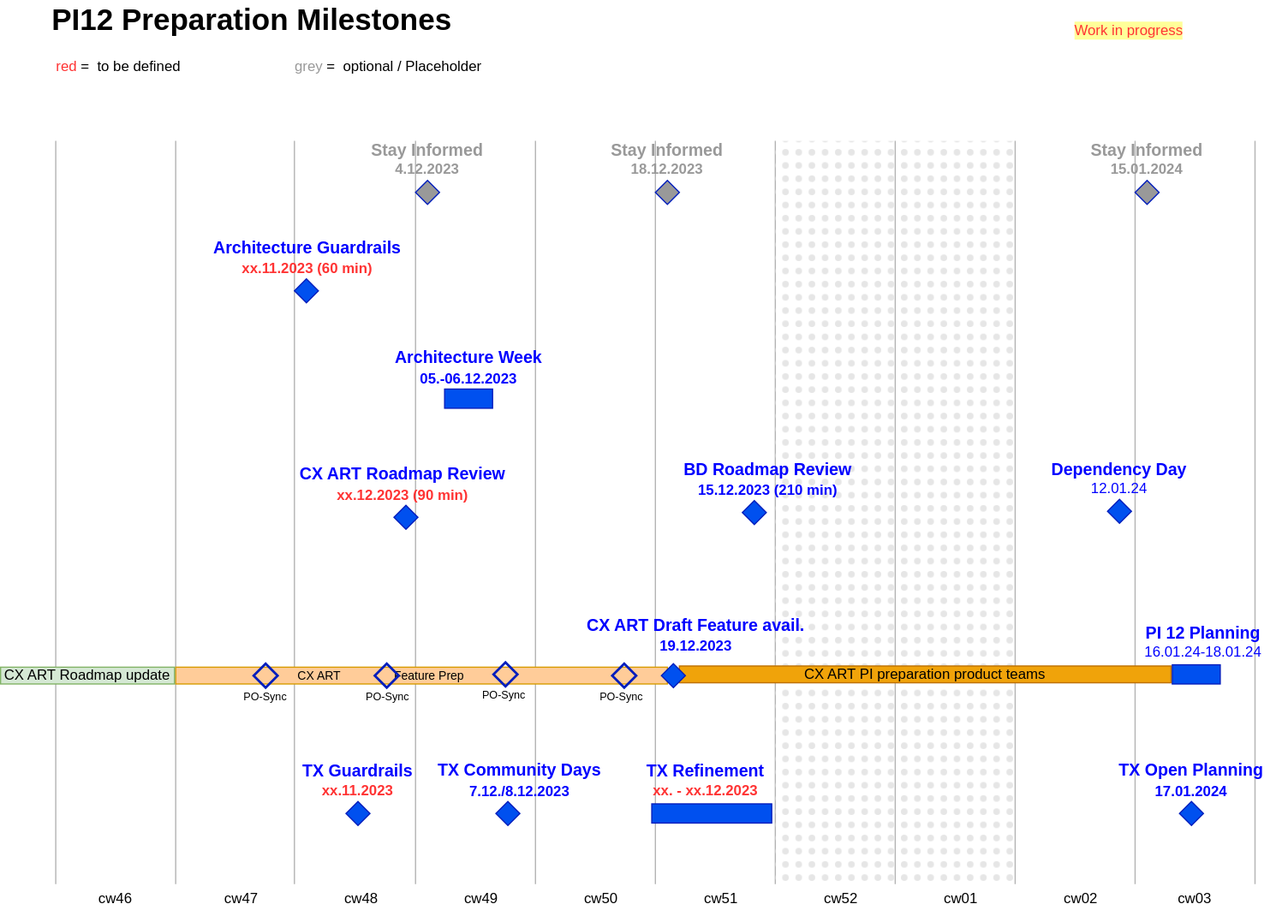
The draw.io diagram PI12-Preparation-Timeline.drawio.svg in mabige/scratchpad, before a commit. Source tidied: cells renumbered, new cells last; positions are measured from the earlier drawing's top-left corner, leaving out a move shared by most shapes.
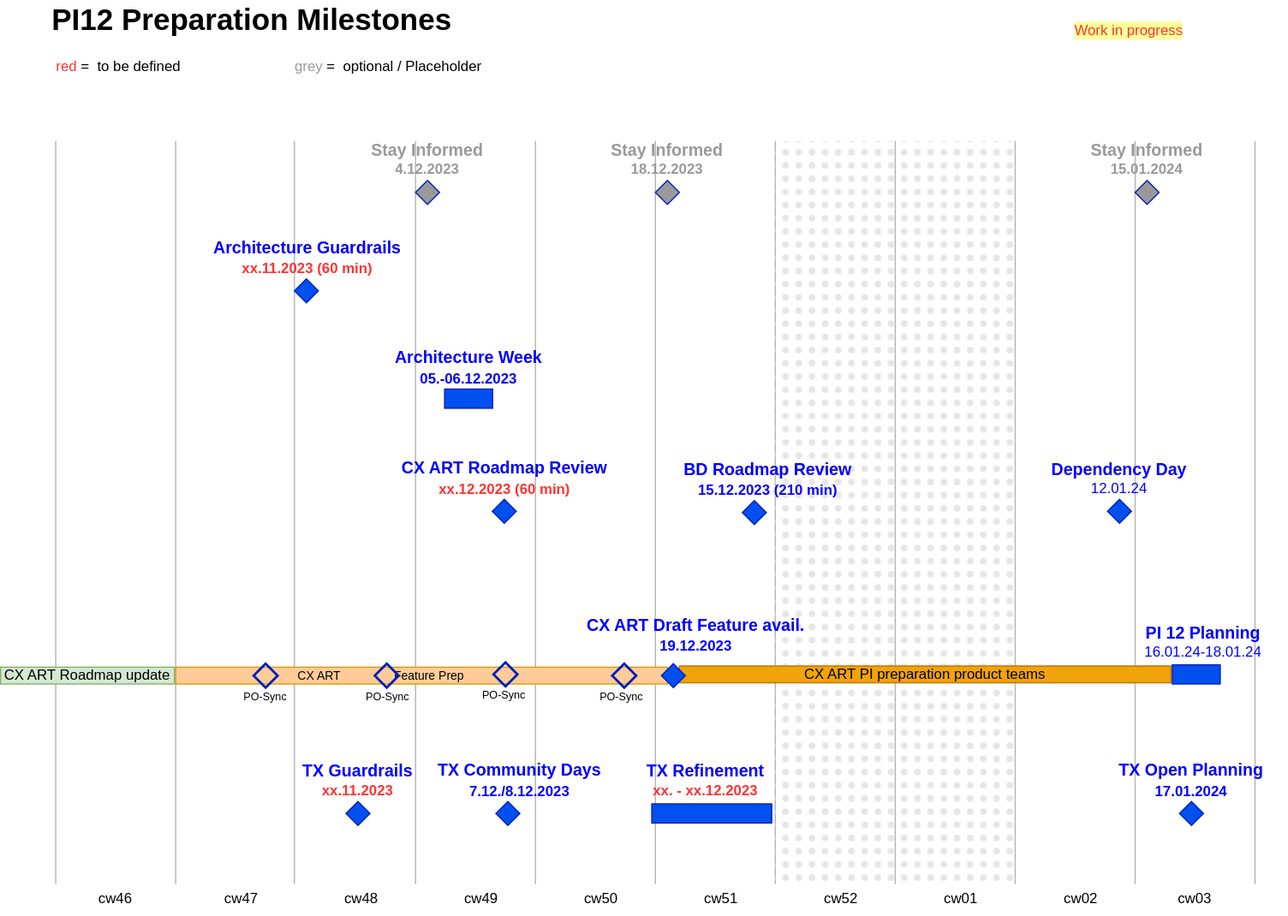
After the commit.

What changed in the source:
```diff
@@ -143,11 +143,11 @@
     <mxCell id="37" style="rhombus;whiteSpace=wrap;html=1;fillColor=#0050ef;fontColor=#ffffff;strokeColor=#001DBC;" parent="1" vertex="1">
       <mxGeometry x="245" y="232" width="20" height="20" as="geometry" />
     </mxCell>
-    <mxCell id="38" value="&lt;div style=&quot;font-size: 14px;&quot;&gt;&lt;font style=&quot;font-size: 14px;&quot;&gt;CX ART Roadmap Review&lt;br&gt;&lt;/font&gt;&lt;font color=&quot;#ff3333&quot; style=&quot;font-size: 12px;&quot;&gt;xx.12.2023&lt;font style=&quot;font-size: 12px;&quot;&gt; (90 min)&lt;br&gt;&lt;/font&gt;&lt;/font&gt;&lt;/div&gt;" style="text;html=1;strokeColor=none;fillColor=none;align=center;verticalAlign=middle;whiteSpace=wrap;rounded=0;fontStyle=1;fontColor=#0000FF;" parent="1" vertex="1">
-      <mxGeometry x="238" y="388" width="195" height="30" as="geometry" />
+    <mxCell id="38" value="&lt;div style=&quot;font-size: 14px;&quot;&gt;&lt;font style=&quot;font-size: 14px;&quot;&gt;CX ART Roadmap Review&lt;br&gt;&lt;/font&gt;&lt;font color=&quot;#ff3333&quot; style=&quot;font-size: 12px;&quot;&gt;xx.12.2023&lt;font style=&quot;font-size: 12px;&quot;&gt; (60 min)&lt;br&gt;&lt;/font&gt;&lt;/font&gt;&lt;/div&gt;" style="text;html=1;strokeColor=none;fillColor=none;align=center;verticalAlign=middle;whiteSpace=wrap;rounded=0;fontStyle=1;fontColor=#0000FF;" parent="1" vertex="1">
+      <mxGeometry x="322.5" y="383" width="195" height="30" as="geometry" />
     </mxCell>
     <mxCell id="39" style="rhombus;whiteSpace=wrap;html=1;fillColor=#0050ef;fontColor=#ffffff;strokeColor=#001DBC;" parent="1" vertex="1">
-      <mxGeometry x="328" y="421" width="20" height="20" as="geometry" />
+      <mxGeometry x="410" y="416" width="20" height="20" as="geometry" />
     </mxCell>
     <mxCell id="40" value="&lt;div style=&quot;font-size: 14px;&quot;&gt;BD Roadmap Review&lt;font style=&quot;font-size: 14px;&quot;&gt;&lt;br&gt;&lt;/font&gt;&lt;font style=&quot;font-size: 12px;&quot;&gt;15.12.2023&lt;font style=&quot;font-size: 12px;&quot;&gt; (210 min)&lt;br&gt;&lt;/font&gt;&lt;/font&gt;&lt;/div&gt;" style="text;html=1;strokeColor=none;fillColor=none;align=center;verticalAlign=middle;whiteSpace=wrap;rounded=0;fontStyle=1;fontColor=#0000FF;" parent="1" vertex="1">
       <mxGeometry x="546" y="384" width="187.5" height="30" as="geometry" />
```
